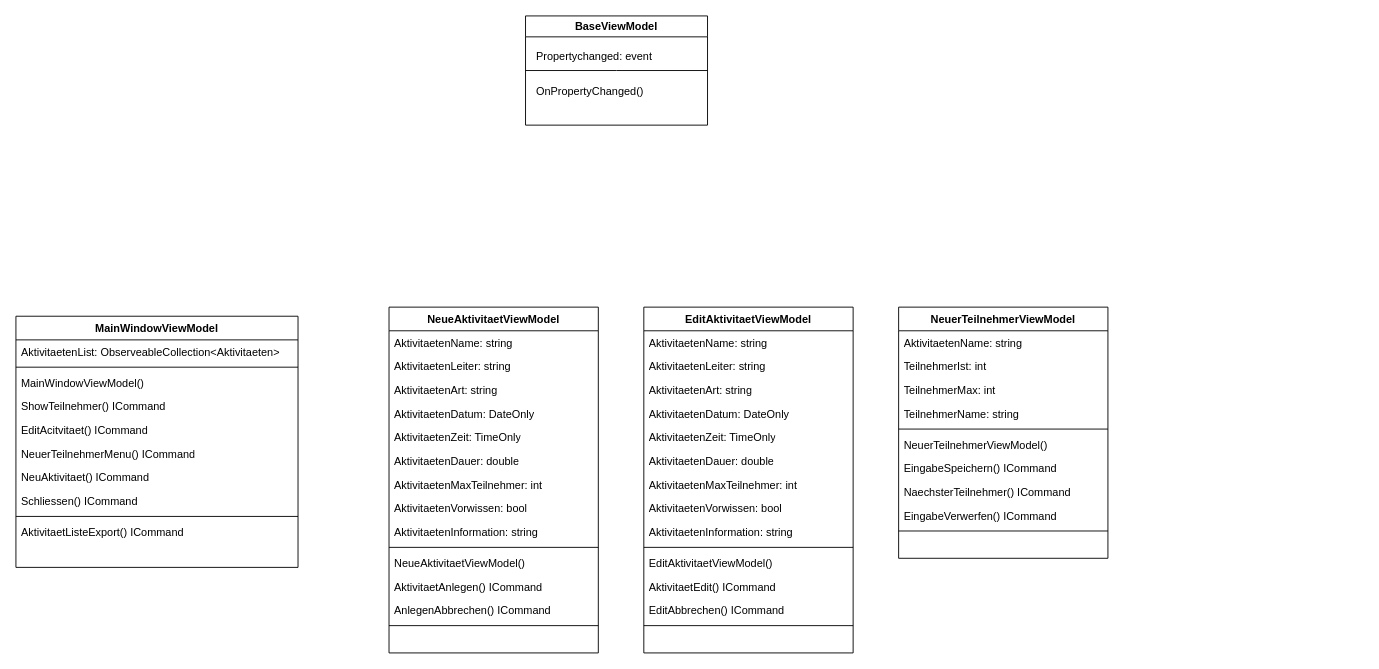
Above: CVAVT/Diagrams/UML_erweitert.drawio in mastapetz/CVAVT (draw.io), before the change. Source tidied: cells renumbered, new cells numbered last; positions are measured from the earlier drawing's top-left corner, leaving out a move shared by most shapes. Both pictures are drawn from the tidied source at 91%, with x=0, y=0 at pixel (15, 15).
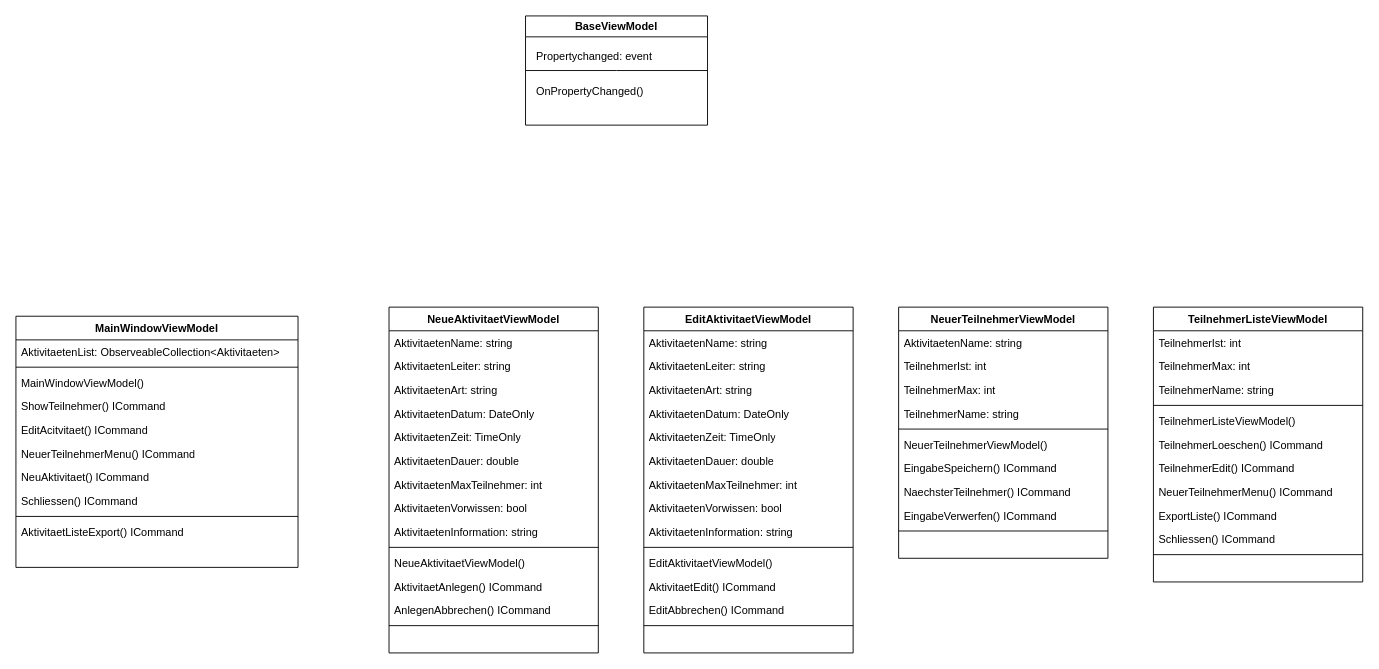
Above is the later version.

Commit message:
TeilnehmerListeViewModel hinzu und fertig

The edit, as a diff of the source:
```diff
@@
+    <mxCell id="62" value="TeilnehmerListeViewModel" style="swimlane;fontStyle=1;align=center;verticalAlign=top;horizontal=1;startSize=26;whiteSpace=wrap;html=1;" parent="1" vertex="1">
+      <mxGeometry x="1250" y="320" width="230" height="302" as="geometry" />
+    </mxCell>
+    <mxCell id="63" value="TeilnehmerIst: int" style="text;strokeColor=none;fillColor=none;align=left;verticalAlign=top;spacingLeft=4;spacingRight=4;overflow=hidden;whiteSpace=wrap;html=1;" parent="62" vertex="1">
+      <mxGeometry y="26" width="230" height="26" as="geometry" />
+    </mxCell>
+    <mxCell id="64" value="TeilnehmerMax: int" style="text;strokeColor=none;fillColor=none;align=left;verticalAlign=top;spacingLeft=4;spacingRight=4;overflow=hidden;whiteSpace=wrap;html=1;" parent="62" vertex="1">
+      <mxGeometry y="52" width="230" height="26" as="geometry" />
+    </mxCell>
+    <mxCell id="65" value="TeilnehmerName: string" style="text;strokeColor=none;fillColor=none;align=left;verticalAlign=top;spacingLeft=4;spacingRight=4;overflow=hidden;whiteSpace=wrap;html=1;" parent="62" vertex="1">
+      <mxGeometry y="78" width="230" height="26" as="geometry" />
+    </mxCell>
+    <mxCell id="66" style="line;strokeWidth=1;fillColor=none;align=left;verticalAlign=middle;spacingTop=-1;spacingLeft=3;spacingRight=3;labelPosition=right;strokeColor=inherit;" parent="62" vertex="1">
+      <mxGeometry y="104" width="230" height="8" as="geometry" />
+    </mxCell>
+    <mxCell id="67" value="TeilnehmerListeViewModel()" style="text;strokeColor=none;fillColor=none;align=left;verticalAlign=top;spacingLeft=4;spacingRight=4;overflow=hidden;whiteSpace=wrap;html=1;" parent="62" vertex="1">
+      <mxGeometry y="112" width="230" height="26" as="geometry" />
+    </mxCell>
+    <mxCell id="68" value="TeilnehmerLoeschen() ICommand" style="text;strokeColor=none;fillColor=none;align=left;verticalAlign=top;spacingLeft=4;spacingRight=4;overflow=hidden;whiteSpace=wrap;html=1;" parent="62" vertex="1">
+      <mxGeometry y="138" width="230" height="26" as="geometry" />
+    </mxCell>
+    <mxCell id="69" value="TeilnehmerEdit() ICommand" style="text;strokeColor=none;fillColor=none;align=left;verticalAlign=top;spacingLeft=4;spacingRight=4;overflow=hidden;whiteSpace=wrap;html=1;" parent="62" vertex="1">
+      <mxGeometry y="164" width="230" height="26" as="geometry" />
+    </mxCell>
+    <mxCell id="70" value="NeuerTeilnehmerMenu() ICommand" style="text;strokeColor=none;fillColor=none;align=left;verticalAlign=top;spacingLeft=4;spacingRight=4;overflow=hidden;whiteSpace=wrap;html=1;" parent="62" vertex="1">
+      <mxGeometry y="190" width="230" height="26" as="geometry" />
+    </mxCell>
+    <mxCell id="71" value="ExportListe() ICommand" style="text;strokeColor=none;fillColor=none;align=left;verticalAlign=top;spacingLeft=4;spacingRight=4;overflow=hidden;whiteSpace=wrap;html=1;" parent="62" vertex="1">
+      <mxGeometry y="216" width="230" height="26" as="geometry" />
+    </mxCell>
+    <mxCell id="72" value="Schliessen() ICommand" style="text;strokeColor=none;fillColor=none;align=left;verticalAlign=top;spacingLeft=4;spacingRight=4;overflow=hidden;whiteSpace=wrap;html=1;" parent="62" vertex="1">
+      <mxGeometry y="242" width="230" height="26" as="geometry" />
+    </mxCell>
+    <mxCell id="73" style="line;strokeWidth=1;fillColor=none;align=left;verticalAlign=middle;spacingTop=-1;spacingLeft=3;spacingRight=3;labelPosition=right;strokeColor=inherit;" parent="62" vertex="1">
+      <mxGeometry y="268" width="230" height="8" as="geometry" />
+    </mxCell>
+    <mxCell id="74" style="text;strokeColor=none;fillColor=none;align=left;verticalAlign=top;spacingLeft=4;spacingRight=4;overflow=hidden;whiteSpace=wrap;html=1;" parent="62" vertex="1">
+      <mxGeometry y="276" width="230" height="26" as="geometry" />
+    </mxCell>
```
